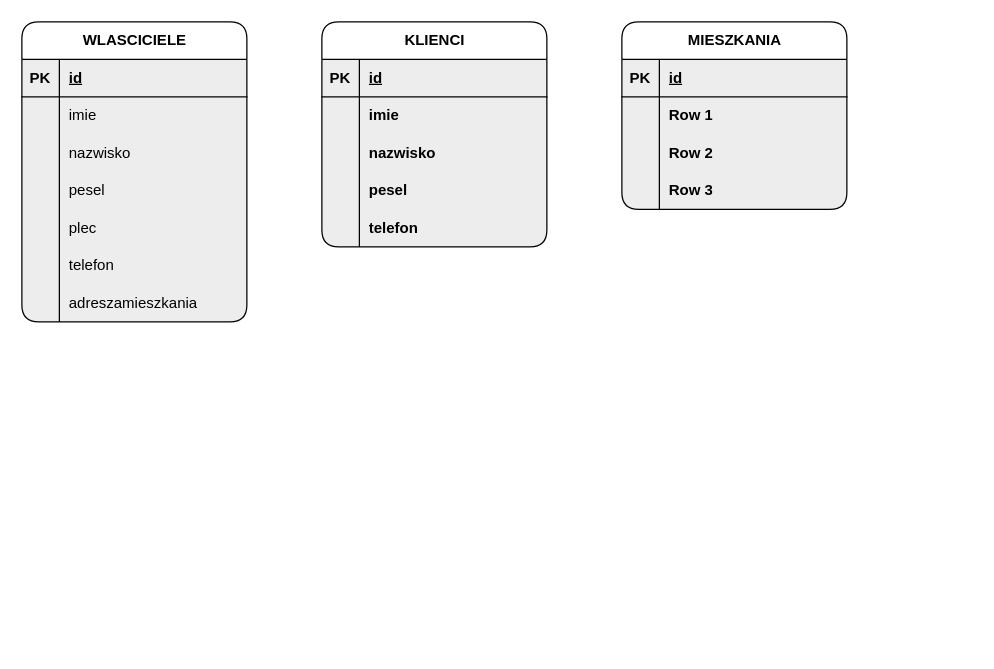
pawelgithub9/projekt_baza_danych keeps this draw.io diagram as agencja_wynajmu_mieszkan.drawio. Above is the earlier version. Source tidied: cells renumbered, new cells numbered last; positions are measured from the earlier drawing's top-left corner, leaving out a move shared by most shapes. Both pictures are drawn from the tidied source at 125%, with x=0, y=0 at pixel (21, 21).
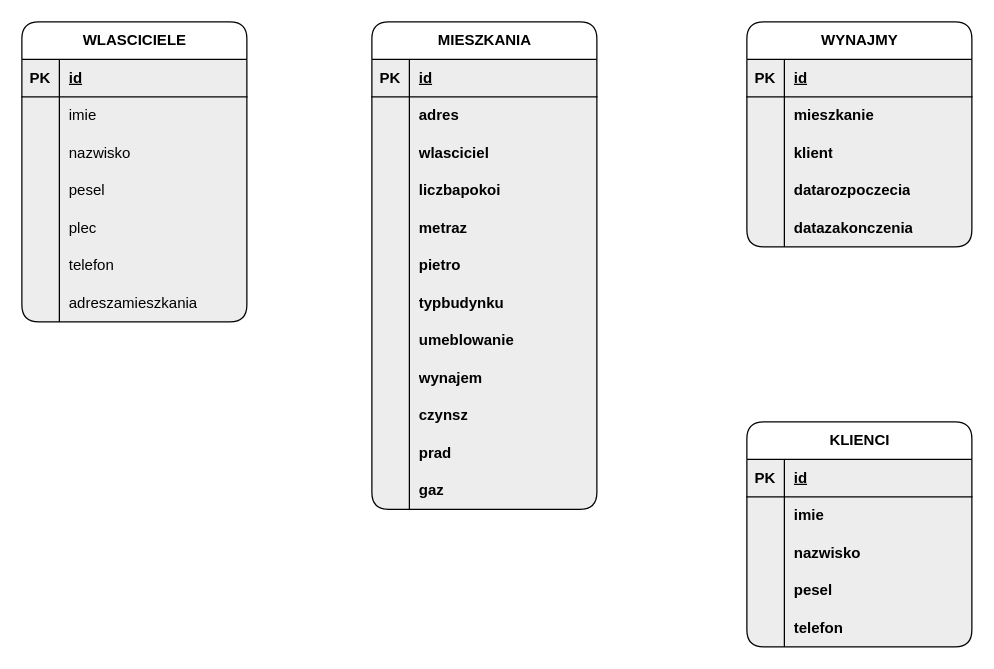
The same page after the edit.

Unchanged cells that the change refers to:
```xml
<mxCell id="44" style="shape=tableRow;horizontal=0;startSize=0;swimlaneHead=0;swimlaneBody=0;fillColor=none;top=0;left=0;right=0;bottom=0;rounded=1;shadow=0;strokeColor=default;align=center;verticalAlign=middle;swimlaneFillColor=#EDEDED;fontFamily=Helvetica;fontSize=12;fontColor=default;fontStyle=1;" parent="40" vertex="1">
  <mxGeometry y="60" width="180" height="30" as="geometry" />
</mxCell>
```

What changed in the source:
```diff
@@
     <mxCell id="24" value="KLIENCI" style="shape=table;startSize=30;childLayout=tableLayout;rowLines=0;fontStyle=1;align=center;html=1;rounded=1;shadow=0;strokeColor=default;verticalAlign=middle;swimlaneFillColor=#EDEDED;fontFamily=Helvetica;fontSize=12;fontColor=default;fillColor=none;" parent="1" vertex="1">
-      <mxGeometry x="240" width="180" height="180" as="geometry" />
+      <mxGeometry x="580" y="320" width="180" height="180" as="geometry" />
     </mxCell>
@@
     <mxCell id="40" value="MIESZKANIA" style="shape=table;startSize=30;childLayout=tableLayout;rowLines=0;fontStyle=1;align=center;html=1;rounded=1;shadow=0;strokeColor=default;verticalAlign=middle;swimlaneFillColor=#EDEDED;fontFamily=Helvetica;fontSize=12;fontColor=default;fillColor=none;" parent="1" vertex="1">
-      <mxGeometry x="480" width="180" height="150" as="geometry" />
+      <mxGeometry x="280" width="180" height="390" as="geometry" />
     </mxCell>
@@
-    <mxCell id="46" value="Row 1" style="shape=partialRectangle;fillColor=none;top=0;left=0;bottom=0;right=0;align=left;spacingLeft=6;overflow=hidden;whiteSpace=wrap;html=1;rounded=1;shadow=0;strokeColor=default;verticalAlign=middle;swimlaneFillColor=#EDEDED;fontFamily=Helvetica;fontSize=12;fontColor=default;fontStyle=1;" parent="44" vertex="1">
+    <mxCell id="46" value="adres" style="shape=partialRectangle;fillColor=none;top=0;left=0;bottom=0;right=0;align=left;spacingLeft=6;overflow=hidden;whiteSpace=wrap;html=1;rounded=1;shadow=0;strokeColor=default;verticalAlign=middle;swimlaneFillColor=#EDEDED;fontFamily=Helvetica;fontSize=12;fontColor=default;fontStyle=1;" parent="44" vertex="1">
       <mxGeometry x="30" width="150" height="30" as="geometry" />
     </mxCell>
+    <mxCell id="53" style="shape=tableRow;horizontal=0;startSize=0;swimlaneHead=0;swimlaneBody=0;fillColor=none;top=0;left=0;right=0;bottom=0;rounded=1;shadow=0;strokeColor=default;align=center;verticalAlign=middle;swimlaneFillColor=#EDEDED;fontFamily=Helvetica;fontSize=12;fontColor=default;fontStyle=1;" parent="40" vertex="1">
+      <mxGeometry y="90" width="180" height="30" as="geometry" />
+    </mxCell>
+    <mxCell id="54" style="shape=partialRectangle;fillColor=none;top=0;left=0;bottom=0;right=0;overflow=hidden;whiteSpace=wrap;html=1;rounded=1;shadow=0;strokeColor=default;align=center;verticalAlign=middle;swimlaneFillColor=#EDEDED;fontFamily=Helvetica;fontSize=12;fontColor=default;fontStyle=1;" parent="53" vertex="1">
+      <mxGeometry width="30" height="30" as="geometry" />
+    </mxCell>
+    <mxCell id="55" value="wlasciciel" style="shape=partialRectangle;fillColor=none;top=0;left=0;bottom=0;right=0;align=left;spacingLeft=6;overflow=hidden;whiteSpace=wrap;html=1;rounded=1;shadow=0;strokeColor=default;verticalAlign=middle;swimlaneFillColor=#EDEDED;fontFamily=Helvetica;fontSize=12;fontColor=default;fontStyle=1;" parent="53" vertex="1">
+      <mxGeometry x="30" width="150" height="30" as="geometry" />
+    </mxCell>
     <mxCell id="47" style="shape=tableRow;horizontal=0;startSize=0;swimlaneHead=0;swimlaneBody=0;fillColor=none;top=0;left=0;right=0;bottom=0;rounded=1;shadow=0;strokeColor=default;align=center;verticalAlign=middle;swimlaneFillColor=#EDEDED;fontFamily=Helvetica;fontSize=12;fontColor=default;fontStyle=1;" parent="40" vertex="1">
-      <mxGeometry y="90" width="180" height="30" as="geometry" />
+      <mxGeometry y="120" width="180" height="30" as="geometry" />
     </mxCell>
@@
-    <mxCell id="49" value="Row 2" style="shape=partialRectangle;fillColor=none;top=0;left=0;bottom=0;right=0;align=left;spacingLeft=6;overflow=hidden;whiteSpace=wrap;html=1;rounded=1;shadow=0;strokeColor=default;verticalAlign=middle;swimlaneFillColor=#EDEDED;fontFamily=Helvetica;fontSize=12;fontColor=default;fontStyle=1;" parent="47" vertex="1">
+    <mxCell id="49" value="liczbapokoi" style="shape=partialRectangle;fillColor=none;top=0;left=0;bottom=0;right=0;align=left;spacingLeft=6;overflow=hidden;whiteSpace=wrap;html=1;rounded=1;shadow=0;strokeColor=default;verticalAlign=middle;swimlaneFillColor=#EDEDED;fontFamily=Helvetica;fontSize=12;fontColor=default;fontStyle=1;" parent="47" vertex="1">
       <mxGeometry x="30" width="150" height="30" as="geometry" />
     </mxCell>
     <mxCell id="50" style="shape=tableRow;horizontal=0;startSize=0;swimlaneHead=0;swimlaneBody=0;fillColor=none;top=0;left=0;right=0;bottom=0;rounded=1;shadow=0;strokeColor=default;align=center;verticalAlign=middle;swimlaneFillColor=#EDEDED;fontFamily=Helvetica;fontSize=12;fontColor=default;fontStyle=1;" parent="40" vertex="1">
-      <mxGeometry y="120" width="180" height="30" as="geometry" />
+      <mxGeometry y="150" width="180" height="30" as="geometry" />
     </mxCell>
@@
-    <mxCell id="52" value="Row 3" style="shape=partialRectangle;fillColor=none;top=0;left=0;bottom=0;right=0;align=left;spacingLeft=6;overflow=hidden;whiteSpace=wrap;html=1;rounded=1;shadow=0;strokeColor=default;verticalAlign=middle;swimlaneFillColor=#EDEDED;fontFamily=Helvetica;fontSize=12;fontColor=default;fontStyle=1;" parent="50" vertex="1">
+    <mxCell id="52" value="metraz" style="shape=partialRectangle;fillColor=none;top=0;left=0;bottom=0;right=0;align=left;spacingLeft=6;overflow=hidden;whiteSpace=wrap;html=1;rounded=1;shadow=0;strokeColor=default;verticalAlign=middle;swimlaneFillColor=#EDEDED;fontFamily=Helvetica;fontSize=12;fontColor=default;fontStyle=1;" parent="50" vertex="1">
       <mxGeometry x="30" width="150" height="30" as="geometry" />
     </mxCell>
+    <mxCell id="56" style="shape=tableRow;horizontal=0;startSize=0;swimlaneHead=0;swimlaneBody=0;fillColor=none;top=0;left=0;right=0;bottom=0;rounded=1;shadow=0;strokeColor=default;align=center;verticalAlign=middle;swimlaneFillColor=#EDEDED;fontFamily=Helvetica;fontSize=12;fontColor=default;fontStyle=1;" parent="40" vertex="1">
+      <mxGeometry y="180" width="180" height="30" as="geometry" />
+    </mxCell>
+    <mxCell id="57" style="shape=partialRectangle;fillColor=none;top=0;left=0;bottom=0;right=0;overflow=hidden;whiteSpace=wrap;html=1;rounded=1;shadow=0;strokeColor=default;align=center;verticalAlign=middle;swimlaneFillColor=#EDEDED;fontFamily=Helvetica;fontSize=12;fontColor=default;fontStyle=1;" parent="56" vertex="1">
+      <mxGeometry width="30" height="30" as="geometry" />
+    </mxCell>
+    <mxCell id="58" value="pietro" style="shape=partialRectangle;fillColor=none;top=0;left=0;bottom=0;right=0;align=left;spacingLeft=6;overflow=hidden;whiteSpace=wrap;html=1;rounded=1;shadow=0;strokeColor=default;verticalAlign=middle;swimlaneFillColor=#EDEDED;fontFamily=Helvetica;fontSize=12;fontColor=default;fontStyle=1;" parent="56" vertex="1">
+      <mxGeometry x="30" width="150" height="30" as="geometry" />
+    </mxCell>
+    <mxCell id="59" style="shape=tableRow;horizontal=0;startSize=0;swimlaneHead=0;swimlaneBody=0;fillColor=none;top=0;left=0;right=0;bottom=0;rounded=1;shadow=0;strokeColor=default;align=center;verticalAlign=middle;swimlaneFillColor=#EDEDED;fontFamily=Helvetica;fontSize=12;fontColor=default;fontStyle=1;" parent="40" vertex="1">
+      <mxGeometry y="210" width="180" height="30" as="geometry" />
+    </mxCell>
+    <mxCell id="60" style="shape=partialRectangle;fillColor=none;top=0;left=0;bottom=0;right=0;overflow=hidden;whiteSpace=wrap;html=1;rounded=1;shadow=0;strokeColor=default;align=center;verticalAlign=middle;swimlaneFillColor=#EDEDED;fontFamily=Helvetica;fontSize=12;fontColor=default;fontStyle=1;" parent="59" vertex="1">
+      <mxGeometry width="30" height="30" as="geometry" />
+    </mxCell>
+    <mxCell id="61" value="typbudynku" style="shape=partialRectangle;fillColor=none;top=0;left=0;bottom=0;right=0;align=left;spacingLeft=6;overflow=hidden;whiteSpace=wrap;html=1;rounded=1;shadow=0;strokeColor=default;verticalAlign=middle;swimlaneFillColor=#EDEDED;fontFamily=Helvetica;fontSize=12;fontColor=default;fontStyle=1;" parent="59" vertex="1">
+      <mxGeometry x="30" width="150" height="30" as="geometry" />
+    </mxCell>
+    <mxCell id="62" style="shape=tableRow;horizontal=0;startSize=0;swimlaneHead=0;swimlaneBody=0;fillColor=none;top=0;left=0;right=0;bottom=0;rounded=1;shadow=0;strokeColor=default;align=center;verticalAlign=middle;swimlaneFillColor=#EDEDED;fontFamily=Helvetica;fontSize=12;fontColor=default;fontStyle=1;" parent="40" vertex="1">
+      <mxGeometry y="240" width="180" height="30" as="geometry" />
+    </mxCell>
+    <mxCell id="63" style="shape=partialRectangle;fillColor=none;top=0;left=0;bottom=0;right=0;overflow=hidden;whiteSpace=wrap;html=1;rounded=1;shadow=0;strokeColor=default;align=center;verticalAlign=middle;swimlaneFillColor=#EDEDED;fontFamily=Helvetica;fontSize=12;fontColor=default;fontStyle=1;" parent="62" vertex="1">
+      <mxGeometry width="30" height="30" as="geometry" />
+    </mxCell>
+    <mxCell id="64" value="umeblowanie" style="shape=partialRectangle;fillColor=none;top=0;left=0;bottom=0;right=0;align=left;spacingLeft=6;overflow=hidden;whiteSpace=wrap;html=1;rounded=1;shadow=0;strokeColor=default;verticalAlign=middle;swimlaneFillColor=#EDEDED;fontFamily=Helvetica;fontSize=12;fontColor=default;fontStyle=1;" parent="62" vertex="1">
+      <mxGeometry x="30" width="150" height="30" as="geometry" />
+    </mxCell>
+    <mxCell id="65" style="shape=tableRow;horizontal=0;startSize=0;swimlaneHead=0;swimlaneBody=0;fillColor=none;top=0;left=0;right=0;bottom=0;rounded=1;shadow=0;strokeColor=default;align=center;verticalAlign=middle;swimlaneFillColor=#EDEDED;fontFamily=Helvetica;fontSize=12;fontColor=default;fontStyle=1;" parent="40" vertex="1">
+      <mxGeometry y="270" width="180" height="30" as="geometry" />
+    </mxCell>
+    <mxCell id="66" style="shape=partialRectangle;fillColor=none;top=0;left=0;bottom=0;right=0;overflow=hidden;whiteSpace=wrap;html=1;rounded=1;shadow=0;strokeColor=default;align=center;verticalAlign=middle;swimlaneFillColor=#EDEDED;fontFamily=Helvetica;fontSize=12;fontColor=default;fontStyle=1;" parent="65" vertex="1">
+      <mxGeometry width="30" height="30" as="geometry" />
+    </mxCell>
+    <mxCell id="67" value="wynajem" style="shape=partialRectangle;fillColor=none;top=0;left=0;bottom=0;right=0;align=left;spacingLeft=6;overflow=hidden;whiteSpace=wrap;html=1;rounded=1;shadow=0;strokeColor=default;verticalAlign=middle;swimlaneFillColor=#EDEDED;fontFamily=Helvetica;fontSize=12;fontColor=default;fontStyle=1;" parent="65" vertex="1">
+      <mxGeometry x="30" width="150" height="30" as="geometry" />
+    </mxCell>
+    <mxCell id="68" style="shape=tableRow;horizontal=0;startSize=0;swimlaneHead=0;swimlaneBody=0;fillColor=none;top=0;left=0;right=0;bottom=0;rounded=1;shadow=0;strokeColor=default;align=center;verticalAlign=middle;swimlaneFillColor=#EDEDED;fontFamily=Helvetica;fontSize=12;fontColor=default;fontStyle=1;" parent="40" vertex="1">
+      <mxGeometry y="300" width="180" height="30" as="geometry" />
+    </mxCell>
+    <mxCell id="69" style="shape=partialRectangle;fillColor=none;top=0;left=0;bottom=0;right=0;overflow=hidden;whiteSpace=wrap;html=1;rounded=1;shadow=0;strokeColor=default;align=center;verticalAlign=middle;swimlaneFillColor=#EDEDED;fontFamily=Helvetica;fontSize=12;fontColor=default;fontStyle=1;" parent="68" vertex="1">
+      <mxGeometry width="30" height="30" as="geometry" />
+    </mxCell>
+    <mxCell id="70" value="czynsz" style="shape=partialRectangle;fillColor=none;top=0;left=0;bottom=0;right=0;align=left;spacingLeft=6;overflow=hidden;whiteSpace=wrap;html=1;rounded=1;shadow=0;strokeColor=default;verticalAlign=middle;swimlaneFillColor=#EDEDED;fontFamily=Helvetica;fontSize=12;fontColor=default;fontStyle=1;" parent="68" vertex="1">
+      <mxGeometry x="30" width="150" height="30" as="geometry" />
+    </mxCell>
+    <mxCell id="71" style="shape=tableRow;horizontal=0;startSize=0;swimlaneHead=0;swimlaneBody=0;fillColor=none;top=0;left=0;right=0;bottom=0;rounded=1;shadow=0;strokeColor=default;align=center;verticalAlign=middle;swimlaneFillColor=#EDEDED;fontFamily=Helvetica;fontSize=12;fontColor=default;fontStyle=1;" parent="40" vertex="1">
+      <mxGeometry y="330" width="180" height="30" as="geometry" />
+    </mxCell>
+    <mxCell id="72" style="shape=partialRectangle;fillColor=none;top=0;left=0;bottom=0;right=0;overflow=hidden;whiteSpace=wrap;html=1;rounded=1;shadow=0;strokeColor=default;align=center;verticalAlign=middle;swimlaneFillColor=#EDEDED;fontFamily=Helvetica;fontSize=12;fontColor=default;fontStyle=1;" parent="71" vertex="1">
+      <mxGeometry width="30" height="30" as="geometry" />
+    </mxCell>
+    <mxCell id="73" value="prad" style="shape=partialRectangle;fillColor=none;top=0;left=0;bottom=0;right=0;align=left;spacingLeft=6;overflow=hidden;whiteSpace=wrap;html=1;rounded=1;shadow=0;strokeColor=default;verticalAlign=middle;swimlaneFillColor=#EDEDED;fontFamily=Helvetica;fontSize=12;fontColor=default;fontStyle=1;" parent="71" vertex="1">
+      <mxGeometry x="30" width="150" height="30" as="geometry" />
+    </mxCell>
+    <mxCell id="74" style="shape=tableRow;horizontal=0;startSize=0;swimlaneHead=0;swimlaneBody=0;fillColor=none;top=0;left=0;right=0;bottom=0;rounded=1;shadow=0;strokeColor=default;align=center;verticalAlign=middle;swimlaneFillColor=#EDEDED;fontFamily=Helvetica;fontSize=12;fontColor=default;fontStyle=1;" parent="40" vertex="1">
+      <mxGeometry y="360" width="180" height="30" as="geometry" />
+    </mxCell>
+    <mxCell id="75" style="shape=partialRectangle;fillColor=none;top=0;left=0;bottom=0;right=0;overflow=hidden;whiteSpace=wrap;html=1;rounded=1;shadow=0;strokeColor=default;align=center;verticalAlign=middle;swimlaneFillColor=#EDEDED;fontFamily=Helvetica;fontSize=12;fontColor=default;fontStyle=1;" parent="74" vertex="1">
+      <mxGeometry width="30" height="30" as="geometry" />
+    </mxCell>
+    <mxCell id="76" value="gaz" style="shape=partialRectangle;fillColor=none;top=0;left=0;bottom=0;right=0;align=left;spacingLeft=6;overflow=hidden;whiteSpace=wrap;html=1;rounded=1;shadow=0;strokeColor=default;verticalAlign=middle;swimlaneFillColor=#EDEDED;fontFamily=Helvetica;fontSize=12;fontColor=default;fontStyle=1;" parent="74" vertex="1">
+      <mxGeometry x="30" width="150" height="30" as="geometry" />
+    </mxCell>
+    <mxCell id="77" value="WYNAJMY" style="shape=table;startSize=30;childLayout=tableLayout;rowLines=0;fontStyle=1;align=center;html=1;rounded=1;shadow=0;strokeColor=default;verticalAlign=middle;swimlaneFillColor=#EDEDED;fontFamily=Helvetica;fontSize=12;fontColor=default;fillColor=none;" parent="1" vertex="1">
+      <mxGeometry x="580" width="180" height="180" as="geometry" />
+    </mxCell>
+    <mxCell id="78" style="shape=tableRow;horizontal=0;startSize=0;swimlaneHead=0;swimlaneBody=0;fillColor=none;top=0;left=0;right=0;bottom=1;rounded=1;shadow=0;strokeColor=default;align=center;verticalAlign=middle;swimlaneFillColor=#EDEDED;fontFamily=Helvetica;fontSize=12;fontColor=default;fontStyle=1;" parent="77" vertex="1">
+      <mxGeometry y="30" width="180" height="30" as="geometry" />
+    </mxCell>
+    <mxCell id="79" value="PK" style="shape=partialRectangle;fillColor=none;top=0;left=0;bottom=0;right=0;fontStyle=1;overflow=hidden;whiteSpace=wrap;html=1;rounded=1;shadow=0;strokeColor=default;align=center;verticalAlign=middle;swimlaneFillColor=#EDEDED;fontFamily=Helvetica;fontSize=12;fontColor=default;" parent="78" vertex="1">
+      <mxGeometry width="30" height="30" as="geometry" />
+    </mxCell>
+    <mxCell id="80" value="id" style="shape=partialRectangle;fillColor=none;top=0;left=0;bottom=0;right=0;align=left;spacingLeft=6;fontStyle=5;overflow=hidden;whiteSpace=wrap;html=1;rounded=1;shadow=0;strokeColor=default;verticalAlign=middle;swimlaneFillColor=#EDEDED;fontFamily=Helvetica;fontSize=12;fontColor=default;" parent="78" vertex="1">
+      <mxGeometry x="30" width="150" height="30" as="geometry" />
+    </mxCell>
+    <mxCell id="81" style="shape=tableRow;horizontal=0;startSize=0;swimlaneHead=0;swimlaneBody=0;fillColor=none;top=0;left=0;right=0;bottom=0;rounded=1;shadow=0;strokeColor=default;align=center;verticalAlign=middle;swimlaneFillColor=#EDEDED;fontFamily=Helvetica;fontSize=12;fontColor=default;fontStyle=1;" parent="77" vertex="1">
+      <mxGeometry y="60" width="180" height="30" as="geometry" />
+    </mxCell>
+    <mxCell id="82" style="shape=partialRectangle;fillColor=none;top=0;left=0;bottom=0;right=0;overflow=hidden;whiteSpace=wrap;html=1;rounded=1;shadow=0;strokeColor=default;align=center;verticalAlign=middle;swimlaneFillColor=#EDEDED;fontFamily=Helvetica;fontSize=12;fontColor=default;fontStyle=1;" parent="81" vertex="1">
+      <mxGeometry width="30" height="30" as="geometry" />
+    </mxCell>
+    <mxCell id="83" value="mieszkanie" style="shape=partialRectangle;fillColor=none;top=0;left=0;bottom=0;right=0;align=left;spacingLeft=6;overflow=hidden;whiteSpace=wrap;html=1;rounded=1;shadow=0;strokeColor=default;verticalAlign=middle;swimlaneFillColor=#EDEDED;fontFamily=Helvetica;fontSize=12;fontColor=default;fontStyle=1;" parent="81" vertex="1">
+      <mxGeometry x="30" width="150" height="30" as="geometry" />
+    </mxCell>
+    <mxCell id="84" style="shape=tableRow;horizontal=0;startSize=0;swimlaneHead=0;swimlaneBody=0;fillColor=none;top=0;left=0;right=0;bottom=0;rounded=1;shadow=0;strokeColor=default;align=center;verticalAlign=middle;swimlaneFillColor=#EDEDED;fontFamily=Helvetica;fontSize=12;fontColor=default;fontStyle=1;" parent="77" vertex="1">
+      <mxGeometry y="90" width="180" height="30" as="geometry" />
+    </mxCell>
+    <mxCell id="85" style="shape=partialRectangle;fillColor=none;top=0;left=0;bottom=0;right=0;overflow=hidden;whiteSpace=wrap;html=1;rounded=1;shadow=0;strokeColor=default;align=center;verticalAlign=middle;swimlaneFillColor=#EDEDED;fontFamily=Helvetica;fontSize=12;fontColor=default;fontStyle=1;" parent="84" vertex="1">
+      <mxGeometry width="30" height="30" as="geometry" />
+    </mxCell>
+    <mxCell id="86" value="klient" style="shape=partialRectangle;fillColor=none;top=0;left=0;bottom=0;right=0;align=left;spacingLeft=6;overflow=hidden;whiteSpace=wrap;html=1;rounded=1;shadow=0;strokeColor=default;verticalAlign=middle;swimlaneFillColor=#EDEDED;fontFamily=Helvetica;fontSize=12;fontColor=default;fontStyle=1;" parent="84" vertex="1">
+      <mxGeometry x="30" width="150" height="30" as="geometry" />
+    </mxCell>
+    <mxCell id="87" style="shape=tableRow;horizontal=0;startSize=0;swimlaneHead=0;swimlaneBody=0;fillColor=none;top=0;left=0;right=0;bottom=0;rounded=1;shadow=0;strokeColor=default;align=center;verticalAlign=middle;swimlaneFillColor=#EDEDED;fontFamily=Helvetica;fontSize=12;fontColor=default;fontStyle=1;" parent="77" vertex="1">
+      <mxGeometry y="120" width="180" height="30" as="geometry" />
+    </mxCell>
+    <mxCell id="88" style="shape=partialRectangle;fillColor=none;top=0;left=0;bottom=0;right=0;overflow=hidden;whiteSpace=wrap;html=1;rounded=1;shadow=0;strokeColor=default;align=center;verticalAlign=middle;swimlaneFillColor=#EDEDED;fontFamily=Helvetica;fontSize=12;fontColor=default;fontStyle=1;" parent="87" vertex="1">
+      <mxGeometry width="30" height="30" as="geometry" />
+    </mxCell>
+    <mxCell id="89" value="datarozpoczecia" style="shape=partialRectangle;fillColor=none;top=0;left=0;bottom=0;right=0;align=left;spacingLeft=6;overflow=hidden;whiteSpace=wrap;html=1;rounded=1;shadow=0;strokeColor=default;verticalAlign=middle;swimlaneFillColor=#EDEDED;fontFamily=Helvetica;fontSize=12;fontColor=default;fontStyle=1;" parent="87" vertex="1">
+      <mxGeometry x="30" width="150" height="30" as="geometry" />
+    </mxCell>
+    <mxCell id="90" style="shape=tableRow;horizontal=0;startSize=0;swimlaneHead=0;swimlaneBody=0;fillColor=none;top=0;left=0;right=0;bottom=0;rounded=1;shadow=0;strokeColor=default;align=center;verticalAlign=middle;swimlaneFillColor=#EDEDED;fontFamily=Helvetica;fontSize=12;fontColor=default;fontStyle=1;" parent="77" vertex="1">
+      <mxGeometry y="150" width="180" height="30" as="geometry" />
+    </mxCell>
+    <mxCell id="91" style="shape=partialRectangle;fillColor=none;top=0;left=0;bottom=0;right=0;overflow=hidden;whiteSpace=wrap;html=1;rounded=1;shadow=0;strokeColor=default;align=center;verticalAlign=middle;swimlaneFillColor=#EDEDED;fontFamily=Helvetica;fontSize=12;fontColor=default;fontStyle=1;" parent="90" vertex="1">
+      <mxGeometry width="30" height="30" as="geometry" />
+    </mxCell>
+    <mxCell id="92" value="datazakonczenia" style="shape=partialRectangle;fillColor=none;top=0;left=0;bottom=0;right=0;align=left;spacingLeft=6;overflow=hidden;whiteSpace=wrap;html=1;rounded=1;shadow=0;strokeColor=default;verticalAlign=middle;swimlaneFillColor=#EDEDED;fontFamily=Helvetica;fontSize=12;fontColor=default;fontStyle=1;" parent="90" vertex="1">
+      <mxGeometry x="30" width="150" height="30" as="geometry" />
+    </mxCell>
```
